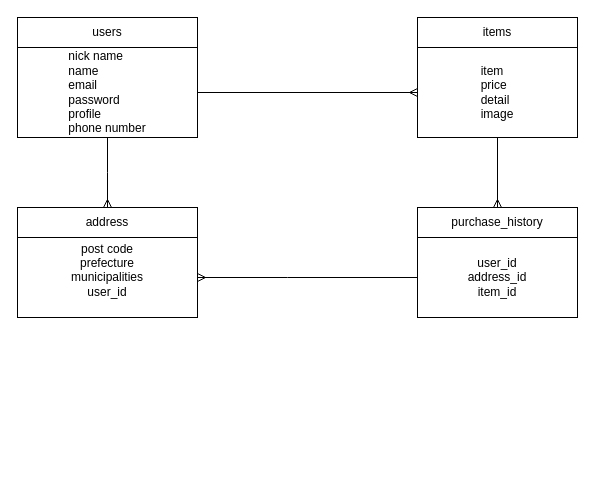
This is database.dio from Muusann/furima-31986, a draw.io file, before an edit. Source tidied: cells renumbered, new cells numbered last; positions are measured from the earlier drawing's top-left corner, leaving out a move shared by most shapes. Both pictures are drawn from the tidied source at 100%, with x=0, y=0 at pixel (17, 17).
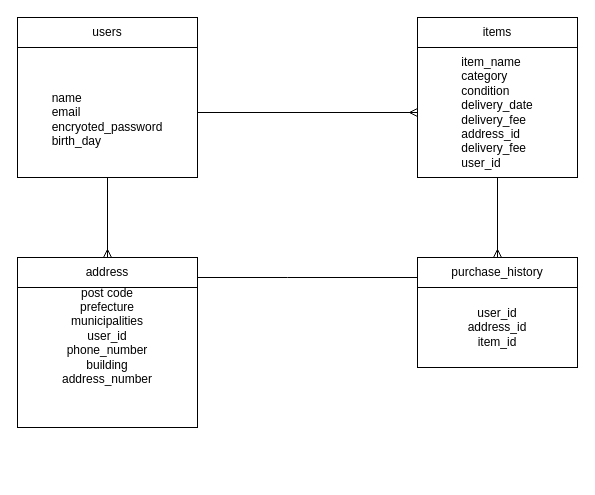
Above is the later version.

Commit message (it also covers changes not shown here):
DB設計の修正

The edit, as a diff of the source:
```diff
@@
 <mxGraphModel>
   <root>
     <mxCell id="0" />
     <mxCell id="1" parent="0" />
-    <mxCell id="2" style="edgeStyle=orthogonalEdgeStyle;rounded=0;jettySize=auto;html=1;endArrow=ERmany;endFill=0;" parent="1" edge="1" source="4">
-      <mxGeometry relative="1" as="geometry">
-        <mxPoint x="90" y="190" as="targetPoint" />
-      </mxGeometry>
+    <mxCell id="2" style="edgeStyle=orthogonalEdgeStyle;rounded=0;jettySize=auto;html=1;endArrow=ERmany;endFill=0;" parent="1" edge="1" source="4" target="12">
+      <mxGeometry relative="1" as="geometry" />
     </mxCell>
     <mxCell id="3" style="edgeStyle=orthogonalEdgeStyle;rounded=0;jettySize=auto;html=1;entryX=0;entryY=0.5;entryDx=0;entryDy=0;endArrow=ERmany;endFill=0;" parent="1" edge="1" source="4" target="7">
       <mxGeometry relative="1" as="geometry" />
     </mxCell>
-    <mxCell id="4" value="&lt;div style=&quot;text-align: justify&quot;&gt;&lt;span&gt;nick name&lt;/span&gt;&lt;/div&gt;&lt;div style=&quot;text-align: justify&quot;&gt;&lt;span&gt;name&lt;/span&gt;&lt;/div&gt;&lt;div style=&quot;text-align: justify&quot;&gt;&lt;span&gt;email&lt;/span&gt;&lt;/div&gt;&lt;div style=&quot;text-align: justify&quot;&gt;&lt;span&gt;password&lt;/span&gt;&lt;/div&gt;&lt;div style=&quot;text-align: justify&quot;&gt;&lt;span&gt;profile&lt;/span&gt;&lt;/div&gt;&lt;div style=&quot;text-align: justify&quot;&gt;&lt;span&gt;phone number&lt;/span&gt;&lt;/div&gt;" style="whiteSpace=wrap;html=1;align=center;" parent="1" vertex="1">
-      <mxGeometry y="30" width="180" height="90" as="geometry" />
+    <mxCell id="4" value="&lt;div style=&quot;text-align: justify&quot;&gt;&lt;br&gt;&lt;/div&gt;&lt;div style=&quot;text-align: justify&quot;&gt;&lt;span&gt;name&lt;/span&gt;&lt;/div&gt;&lt;div style=&quot;text-align: justify&quot;&gt;&lt;span&gt;email&lt;/span&gt;&lt;/div&gt;&lt;div style=&quot;text-align: justify&quot;&gt;&lt;span&gt;encryoted_password&lt;/span&gt;&lt;/div&gt;&lt;div style=&quot;text-align: justify&quot;&gt;birth_day&lt;/div&gt;" style="whiteSpace=wrap;html=1;align=center;" parent="1" vertex="1">
+      <mxGeometry y="30" width="180" height="130" as="geometry" />
     </mxCell>
     <mxCell id="5" value="users" style="whiteSpace=wrap;html=1;" parent="1" vertex="1">
       <mxGeometry width="180" height="30" as="geometry" />
     </mxCell>
     <mxCell id="6" style="edgeStyle=orthogonalEdgeStyle;rounded=0;jettySize=auto;html=1;entryX=0.5;entryY=0;entryDx=0;entryDy=0;endArrow=ERmany;endFill=0;" parent="1" edge="1" source="7" target="9">
       <mxGeometry relative="1" as="geometry" />
     </mxCell>
-    <mxCell id="7" value="&lt;div style=&quot;text-align: justify&quot;&gt;item&lt;/div&gt;&lt;div style=&quot;text-align: justify&quot;&gt;&lt;span&gt;price&lt;/span&gt;&lt;/div&gt;&lt;div style=&quot;text-align: justify&quot;&gt;&lt;span&gt;detail&lt;/span&gt;&lt;/div&gt;&lt;div style=&quot;text-align: justify&quot;&gt;&lt;span&gt;image&lt;/span&gt;&lt;/div&gt;" style="whiteSpace=wrap;html=1;align=center;fontStyle=0;" parent="1" vertex="1">
-      <mxGeometry x="400" y="30" width="160" height="90" as="geometry" />
+    <mxCell id="7" value="&lt;div style=&quot;text-align: justify&quot;&gt;item_name&lt;/div&gt;&lt;div style=&quot;text-align: justify&quot;&gt;category&lt;/div&gt;&lt;div style=&quot;text-align: justify&quot;&gt;condition&lt;/div&gt;&lt;div style=&quot;text-align: justify&quot;&gt;delivery_date&lt;/div&gt;&lt;div style=&quot;text-align: justify&quot;&gt;delivery_fee&lt;/div&gt;&lt;div style=&quot;text-align: justify&quot;&gt;address_id&lt;/div&gt;&lt;div style=&quot;text-align: justify&quot;&gt;delivery_fee&lt;/div&gt;&lt;div style=&quot;text-align: justify&quot;&gt;user_id&lt;/div&gt;" style="whiteSpace=wrap;html=1;align=center;fontStyle=0;" parent="1" vertex="1">
+      <mxGeometry x="400" y="30" width="160" height="130" as="geometry" />
     </mxCell>
     <mxCell id="8" value="items" style="whiteSpace=wrap;html=1;" parent="1" vertex="1">
       <mxGeometry x="400" width="160" height="30" as="geometry" />
     </mxCell>
     <mxCell id="9" value="purchase_history" style="whiteSpace=wrap;html=1;" parent="1" vertex="1">
-      <mxGeometry x="400" y="190" width="160" height="30" as="geometry" />
+      <mxGeometry x="400" y="240" width="160" height="30" as="geometry" />
     </mxCell>
     <mxCell id="10" style="edgeStyle=orthogonalEdgeStyle;rounded=0;jettySize=auto;html=1;exitX=0;exitY=0.5;exitDx=0;exitDy=0;endArrow=ERmany;endFill=0;" parent="1" edge="1" source="11" target="13">
       <mxGeometry relative="1" as="geometry">
         <Array as="points">
           <mxPoint x="270" y="260" />
           <mxPoint x="270" y="260" />
         </Array>
       </mxGeometry>
     </mxCell>
     <mxCell id="11" value="user_id&lt;br&gt;address_id&lt;br&gt;item_id" style="whiteSpace=wrap;html=1;" parent="1" vertex="1">
-      <mxGeometry x="400" y="220" width="160" height="80" as="geometry" />
+      <mxGeometry x="400" y="270" width="160" height="80" as="geometry" />
     </mxCell>
     <mxCell id="12" value="address" style="whiteSpace=wrap;html=1;" parent="1" vertex="1">
-      <mxGeometry y="190" width="180" height="30" as="geometry" />
+      <mxGeometry y="240" width="180" height="30" as="geometry" />
     </mxCell>
-    <mxCell id="13" value="post code&lt;br&gt;prefecture&lt;br&gt;municipalities&lt;br&gt;user_id&lt;br&gt;&lt;div style=&quot;text-align: justify&quot;&gt;&lt;br&gt;&lt;/div&gt;" style="whiteSpace=wrap;html=1;" parent="1" vertex="1">
-      <mxGeometry y="220" width="180" height="80" as="geometry" />
+    <mxCell id="13" value="post code&lt;br&gt;prefecture&lt;br&gt;municipalities&lt;br&gt;user_id&lt;br&gt;phone_number&lt;br&gt;building&lt;br&gt;address_number&lt;br&gt;&lt;br&gt;&lt;br&gt;&lt;div style=&quot;text-align: justify&quot;&gt;&lt;br&gt;&lt;/div&gt;" style="whiteSpace=wrap;html=1;" parent="1" vertex="1">
+      <mxGeometry y="270" width="180" height="140" as="geometry" />
     </mxCell>
     <mxCell id="14" style="text;html=1;align=center;verticalAlign=middle;" parent="1" vertex="1">
       <mxGeometry x="20" y="440" width="20" height="20" as="geometry" />
     </mxCell>
   </root>
 </mxGraphModel>
```
